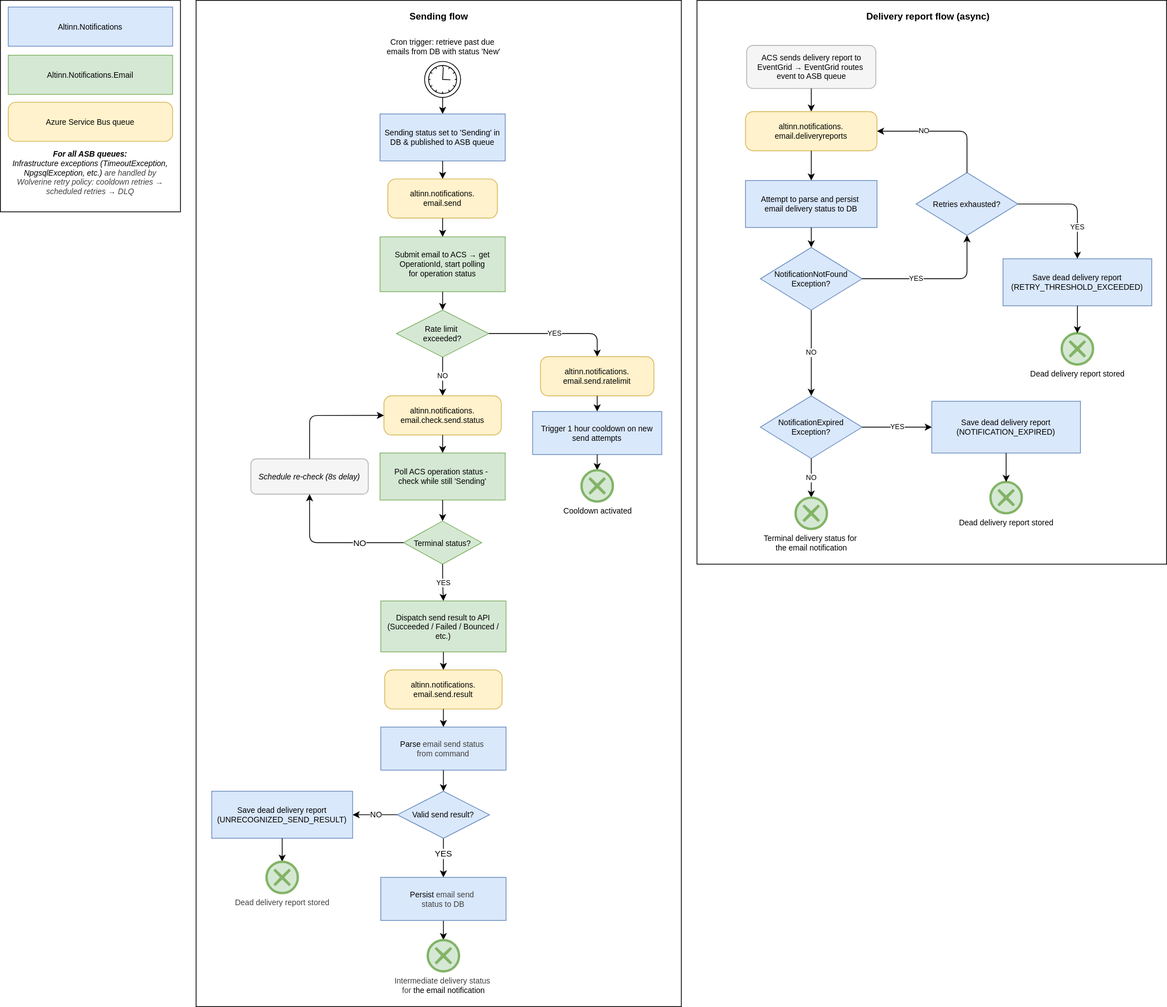
Earlier version of the draw.io export docs/architecture/diagrams/flowchart-email-notifications-process.svg (Altinn/altinn-notifications). Source tidied: cells renumbered, new cells last; positions are measured from the earlier drawing's top-left corner, leaving out a move shared by most shapes.
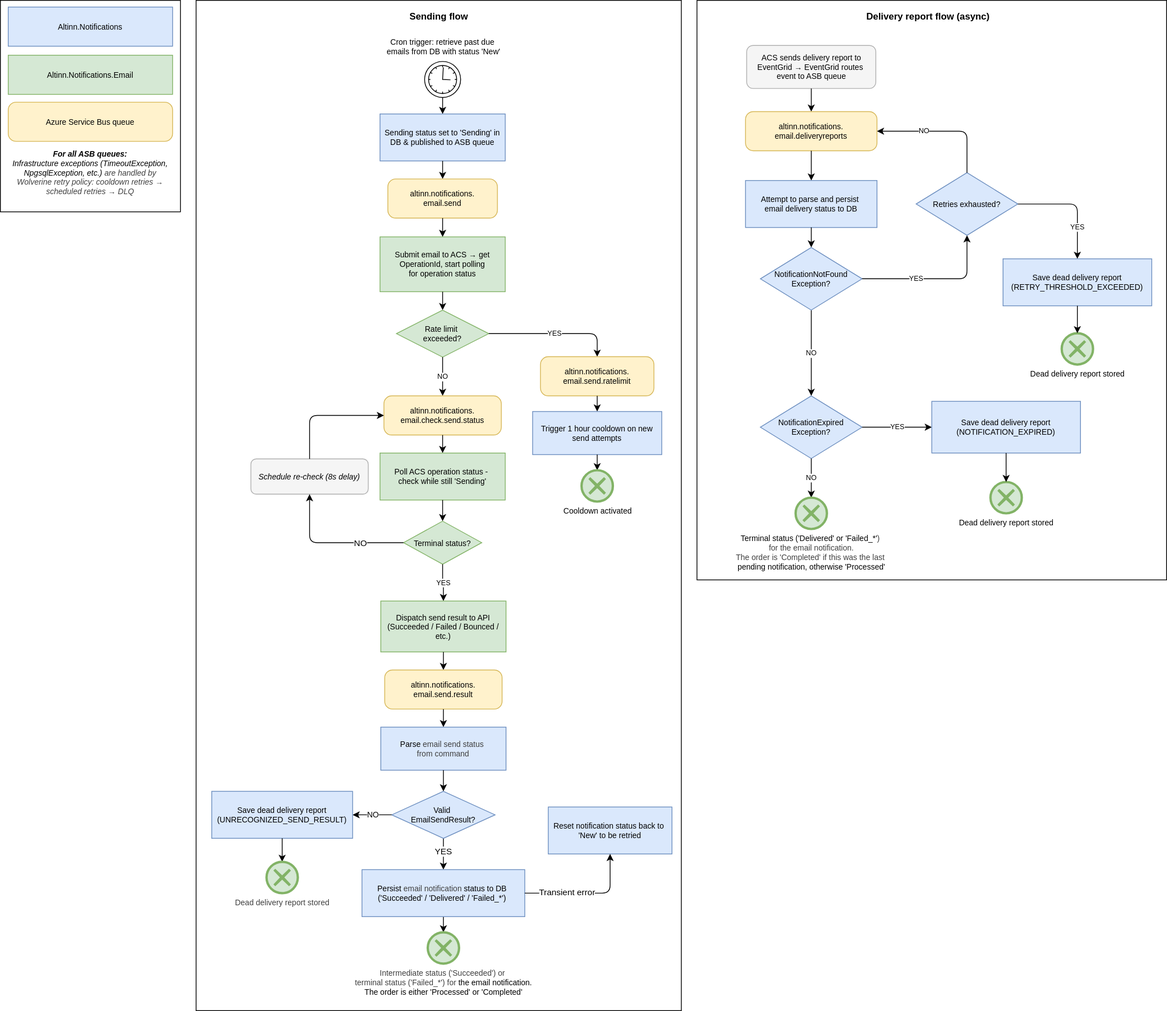
Above is the later version.

The edit, as a diff of the source:
```diff
@@ -3,10 +3,10 @@
     <mxCell id="0" />
     <mxCell id="1" parent="0" />
     <mxCell id="2" style="rounded=0;whiteSpace=wrap;html=1;" parent="1" vertex="1">
-      <mxGeometry x="890" width="600" height="720" as="geometry" />
+      <mxGeometry x="890" width="600" height="740" as="geometry" />
     </mxCell>
     <mxCell id="3" style="rounded=0;whiteSpace=wrap;html=1;" parent="1" vertex="1">
-      <mxGeometry x="250" width="620" height="1285" as="geometry" />
+      <mxGeometry x="250" width="620" height="1290" as="geometry" />
     </mxCell>
     <mxCell id="4" value="&lt;font style=&quot;font-size: 12px;&quot;&gt;Sending flow&lt;/font&gt;" style="text;html=1;align=center;verticalAlign=middle;strokeColor=none;fillColor=none;fontSize=11;fontStyle=1;" parent="1" vertex="1">
       <mxGeometry x="460" y="8.5" width="200" height="25" as="geometry" />
@@ -116,8 +116,8 @@
     <mxCell id="37" style="edgeStyle=orthogonalEdgeStyle;html=1;exitX=0.5;exitY=1;exitDx=0;exitDy=0;entryX=0.5;entryY=0;entryDx=0;entryDy=0;entryPerimeter=0;" parent="1" edge="1" source="64" target="38">
       <mxGeometry relative="1" as="geometry" />
     </mxCell>
-    <mxCell id="38" value="&lt;font style=&quot;color: rgb(63, 63, 63); scrollbar-color: rgb(226, 226, 226) rgb(251, 251, 251);&quot;&gt;Intermediate delivery status&amp;nbsp;&lt;/font&gt;&lt;div&gt;&lt;font style=&quot;color: rgb(63, 63, 63); scrollbar-color: rgb(226, 226, 226) rgb(251, 251, 251);&quot;&gt;for&amp;nbsp;&lt;/font&gt;&lt;span style=&quot;background-color: light-dark(rgb(255, 255, 255), rgb(18, 18, 18));&quot;&gt;the email notification&lt;/span&gt;&lt;/div&gt;" style="points=[[0.145,0.145,0],[0.5,0,0],[0.855,0.145,0],[1,0.5,0],[0.855,0.855,0],[0.5,1,0],[0.145,0.855,0],[0,0.5,0]];shape=mxgraph.bpmn.event;html=1;verticalLabelPosition=bottom;labelBackgroundColor=#ffffff;verticalAlign=top;align=center;perimeter=ellipsePerimeter;outlineConnect=0;outline=end;symbol=cancel;fontSize=10;fillColor=#d5e8d4;strokeColor=#82b366;" parent="1" vertex="1">
-      <mxGeometry x="546" y="1200" width="40" height="40" as="geometry" />
+    <mxCell id="38" value="&lt;font style=&quot;color: rgb(63, 63, 63); scrollbar-color: rgb(226, 226, 226) rgb(251, 251, 251);&quot;&gt;Intermediate status ('Succeeded') or&amp;nbsp;&lt;/font&gt;&lt;div&gt;&lt;font style=&quot;color: rgb(63, 63, 63); scrollbar-color: rgb(226, 226, 226) rgb(251, 251, 251);&quot;&gt;terminal status ('Failed_*') for&amp;nbsp;&lt;/font&gt;&lt;span style=&quot;background-color: light-dark(rgb(255, 255, 255), rgb(18, 18, 18));&quot;&gt;the email notification.&lt;/span&gt;&lt;/div&gt;&lt;div&gt;&lt;span style=&quot;background-color: light-dark(rgb(255, 255, 255), rgb(18, 18, 18));&quot;&gt;The order is either 'Processed' or 'Completed'&lt;/span&gt;&lt;/div&gt;" style="points=[[0.145,0.145,0],[0.5,0,0],[0.855,0.145,0],[1,0.5,0],[0.855,0.855,0],[0.5,1,0],[0.145,0.855,0],[0,0.5,0]];shape=mxgraph.bpmn.event;html=1;verticalLabelPosition=bottom;labelBackgroundColor=#ffffff;verticalAlign=top;align=center;perimeter=ellipsePerimeter;outlineConnect=0;outline=end;symbol=cancel;fontSize=10;fillColor=#d5e8d4;strokeColor=#82b366;" parent="1" vertex="1">
+      <mxGeometry x="546" y="1190" width="40" height="40" as="geometry" />
     </mxCell>
     <mxCell id="39" value="&lt;font&gt;ACS sends delivery report to EventGrid → EventGrid routes&amp;nbsp;&lt;/font&gt;&lt;div&gt;&lt;font&gt;event to ASB queue&lt;/font&gt;&lt;/div&gt;" style="rounded=1;whiteSpace=wrap;html=1;fillColor=#f5f5f5;strokeColor=#b0b0b0;fontSize=10;" parent="1" vertex="1">
       <mxGeometry x="953.5" y="57.5" width="165" height="55" as="geometry" />
@@ -191,7 +191,7 @@
     <mxCell id="59" style="edgeStyle=orthogonalEdgeStyle;html=1;" parent="1" edge="1" source="57" target="58">
       <mxGeometry relative="1" as="geometry" />
     </mxCell>
-    <mxCell id="60" value="&lt;font&gt;Terminal delivery status for&amp;nbsp;&lt;/font&gt;&lt;div&gt;&lt;font&gt;the email notification&lt;/font&gt;&lt;/div&gt;" style="points=[[0.145,0.145,0],[0.5,0,0],[0.855,0.145,0],[1,0.5,0],[0.855,0.855,0],[0.5,1,0],[0.145,0.855,0],[0,0.5,0]];shape=mxgraph.bpmn.event;html=1;verticalLabelPosition=bottom;labelBackgroundColor=#ffffff;verticalAlign=top;align=center;perimeter=ellipsePerimeter;outlineConnect=0;outline=end;symbol=cancel;fillColor=#d5e8d4;strokeColor=#82b366;fontSize=10;" parent="1" vertex="1">
+    <mxCell id="60" value="&lt;font&gt;Terminal status ('Delivered' or 'Failed_*'&lt;/font&gt;&lt;font style=&quot;color: rgb(63, 63, 63); background-color: light-dark(rgb(255, 255, 255), rgb(18, 18, 18));&quot;&gt;)&amp;nbsp;&lt;/font&gt;&lt;div&gt;&lt;font style=&quot;color: rgb(63, 63, 63); background-color: light-dark(rgb(255, 255, 255), rgb(18, 18, 18));&quot;&gt;for the email&amp;nbsp;&lt;/font&gt;&lt;span style=&quot;background-color: light-dark(rgb(255, 255, 255), rgb(18, 18, 18)); color: rgb(63, 63, 63);&quot;&gt;notification.&lt;/span&gt;&lt;div&gt;&lt;span style=&quot;color: rgb(63, 63, 63); background-color: light-dark(rgb(255, 255, 255), rgb(18, 18, 18));&quot;&gt;The order is 'Completed' if this was the last&amp;nbsp;&lt;/span&gt;&lt;/div&gt;&lt;div&gt;&lt;font&gt;pending notification, otherwise 'Processed'&lt;/font&gt;&lt;/div&gt;&lt;/div&gt;" style="points=[[0.145,0.145,0],[0.5,0,0],[0.855,0.145,0],[1,0.5,0],[0.855,0.855,0],[0.5,1,0],[0.145,0.855,0],[0,0.5,0]];shape=mxgraph.bpmn.event;html=1;verticalLabelPosition=bottom;labelBackgroundColor=#ffffff;verticalAlign=top;align=center;perimeter=ellipsePerimeter;outlineConnect=0;outline=end;symbol=cancel;fillColor=#d5e8d4;strokeColor=#82b366;fontSize=10;" parent="1" vertex="1">
       <mxGeometry x="1016" y="635" width="40" height="40" as="geometry" />
     </mxCell>
     <mxCell id="61" style="edgeStyle=orthogonalEdgeStyle;html=1;fontSize=9;entryX=0;entryY=0.5;entryDx=0;entryDy=0;exitX=0.5;exitY=0;exitDx=0;exitDy=0;" parent="1" edge="1" source="26" target="23">
@@ -209,14 +209,14 @@
         <mxPoint y="2" as="offset" />
       </mxGeometry>
     </mxCell>
-    <mxCell id="64" value="&lt;font&gt;Persist&amp;nbsp;&lt;/font&gt;&lt;span style=&quot;color: rgb(63, 63, 63); background-color: transparent;&quot;&gt;email send&amp;nbsp;&lt;/span&gt;&lt;div&gt;&lt;span style=&quot;color: rgb(63, 63, 63); background-color: transparent;&quot;&gt;status to DB&lt;/span&gt;&lt;/div&gt;" style="rounded=0;whiteSpace=wrap;html=1;fillColor=#dae8fc;strokeColor=#6c8ebf;fontSize=10;" parent="1" vertex="1">
-      <mxGeometry x="486" y="1120" width="160" height="55" as="geometry" />
+    <mxCell id="64" value="&lt;font&gt;Persist&amp;nbsp;&lt;/font&gt;&lt;span style=&quot;color: rgb(63, 63, 63); background-color: transparent;&quot;&gt;email notification&amp;nbsp;&lt;/span&gt;&lt;span style=&quot;background-color: transparent;&quot;&gt;status to DB&amp;nbsp;&lt;/span&gt;&lt;div&gt;&lt;span style=&quot;background-color: transparent;&quot;&gt;('Succeeded' / 'Delivered' / 'Failed_*')&amp;nbsp;&lt;/span&gt;&lt;/div&gt;" style="rounded=0;whiteSpace=wrap;html=1;fillColor=#dae8fc;strokeColor=#6c8ebf;fontSize=10;" parent="1" vertex="1">
+      <mxGeometry x="462" y="1110" width="208" height="60" as="geometry" />
     </mxCell>
     <mxCell id="65" style="edgeStyle=orthogonalEdgeStyle;html=1;exitX=0.5;exitY=1;exitDx=0;exitDy=0;" parent="1" edge="1" source="36" target="66">
       <mxGeometry relative="1" as="geometry" />
     </mxCell>
-    <mxCell id="66" value="Valid send result?" style="rhombus;whiteSpace=wrap;html=1;fontSize=10;fillColor=#dae8fc;strokeColor=#6c8ebf;" parent="1" vertex="1">
-      <mxGeometry x="507.2" y="1010" width="117.7" height="60" as="geometry" />
+    <mxCell id="66" value="Valid&amp;nbsp;&lt;div&gt;EmailSendResult?&lt;/div&gt;" style="rhombus;whiteSpace=wrap;html=1;fontSize=10;fillColor=#dae8fc;strokeColor=#6c8ebf;" parent="1" vertex="1">
+      <mxGeometry x="500" y="1010" width="132" height="60" as="geometry" />
     </mxCell>
     <mxCell id="67" value="NO" style="edgeStyle=orthogonalEdgeStyle;html=1;entryX=1;entryY=0.5;entryDx=0;entryDy=0;fontSize=10;exitX=0;exitY=0.5;exitDx=0;exitDy=0;" parent="1" edge="1" source="66" target="68">
       <mxGeometry x="-0.05" relative="1" as="geometry" />
@@ -245,5 +245,20 @@
     <mxCell id="75" value="&lt;font&gt;Altinn.Notifications.Email&lt;/font&gt;" style="rounded=0;whiteSpace=wrap;html=1;fillColor=#d5e8d4;strokeColor=#82b366;fontSize=10;" parent="1" vertex="1">
       <mxGeometry x="10" y="70" width="210" height="50" as="geometry" />
     </mxCell>
+    <mxCell id="76" value="Reset notification status back to&amp;nbsp;&lt;div&gt;'New' to be retried&lt;/div&gt;" style="rounded=0;whiteSpace=wrap;html=1;fillColor=#dae8fc;strokeColor=#6c8ebf;fontSize=10;" parent="1" vertex="1">
+      <mxGeometry x="700" y="1030" width="158" height="60" as="geometry" />
+    </mxCell>
+    <mxCell id="77" style="edgeStyle=orthogonalEdgeStyle;html=1;fontSize=9;entryX=0.5;entryY=1;entryDx=0;entryDy=0;exitX=1;exitY=0.5;exitDx=0;exitDy=0;" parent="1" edge="1" source="64" target="76">
+      <mxGeometry x="0.17" relative="1" as="geometry">
+        <Array as="points">
+          <mxPoint x="779" y="1140" />
+        </Array>
+      </mxGeometry>
+    </mxCell>
+    <mxCell id="78" value="Transient error" style="edgeLabel;html=1;align=center;verticalAlign=middle;" parent="77" vertex="1">
+      <mxGeometry x="-0.24" y="1" relative="1" as="geometry">
+        <mxPoint x="-8" y="-1" as="offset" />
+      </mxGeometry>
+    </mxCell>
   </root>
 </mxGraphModel>
```
